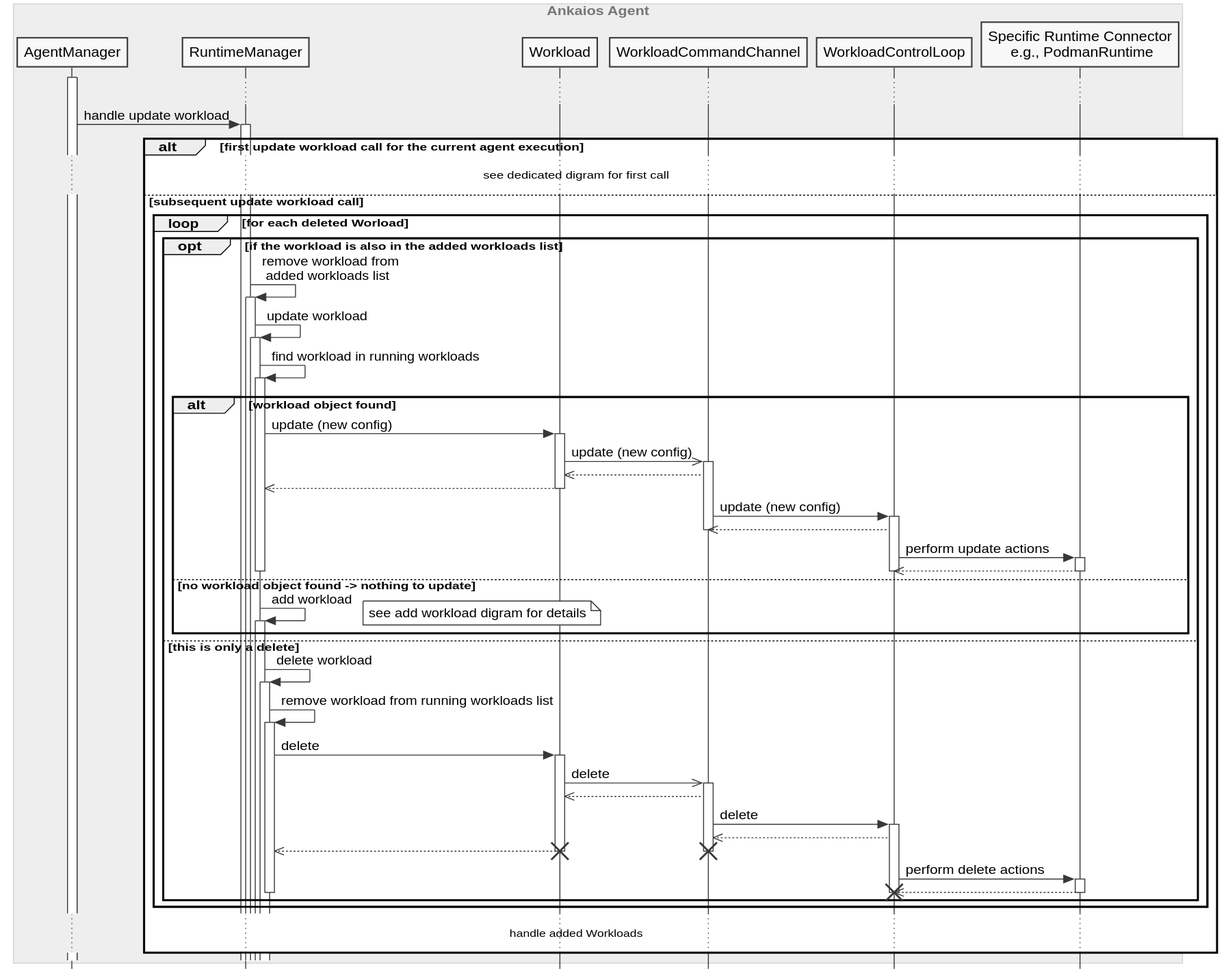
Earlier version of the PlantUML export agent/doc/swdesign/plantuml/seq_update_workload_subsequent_deleted.svg (eclipse-ankaios/ankaios).
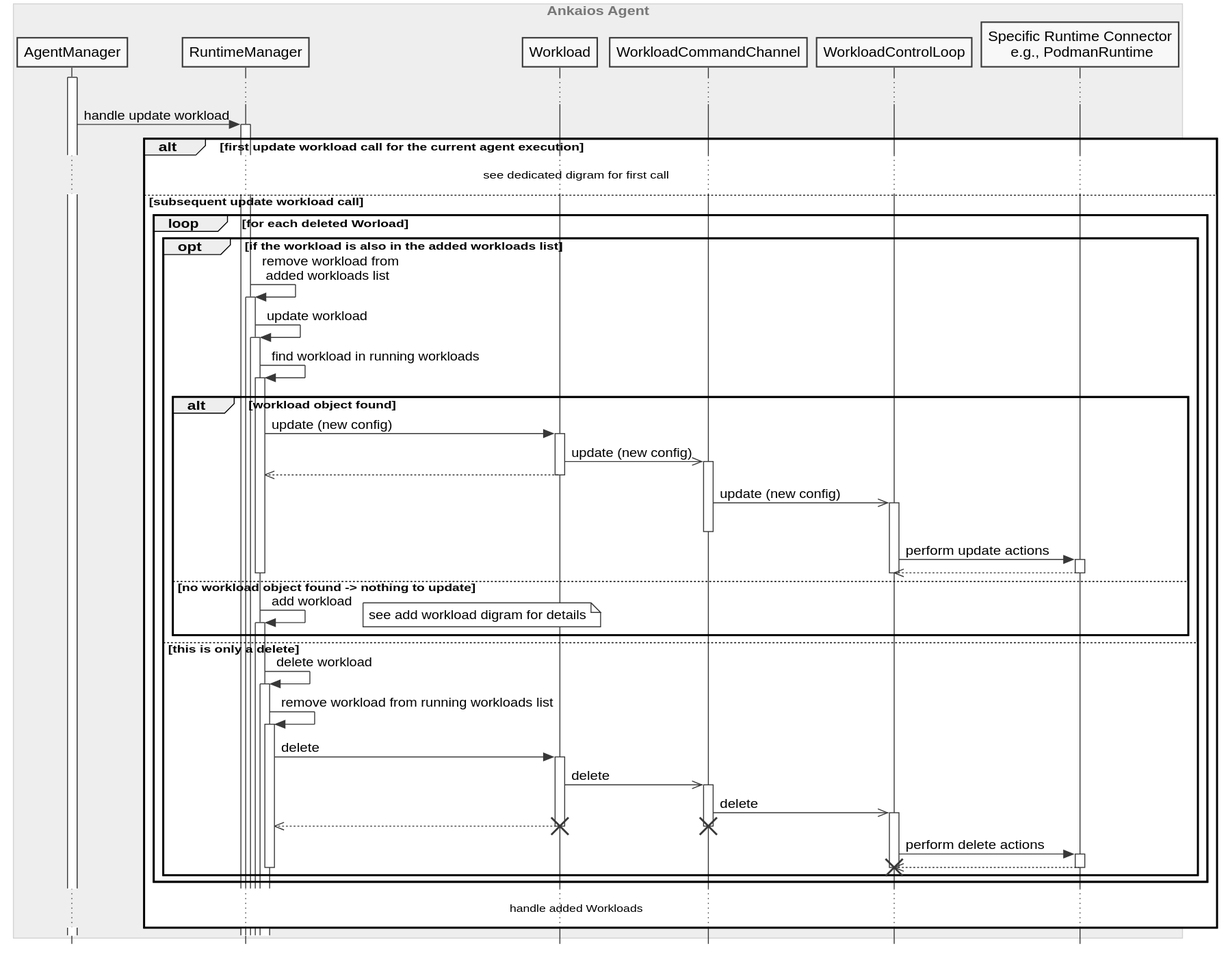
After the commit.

What changed in the source:
```diff
@@ -53,11 +53,9 @@
             alt workload object found
                 runtime_manager -> workload ++: update (new config)
                 workload ->> workload_command ++: update (new config)
-                workload_command -->> workload
                 workload -->> runtime_manager--
                 deactivate workload
-                workload_command -> workload_control_loop ++: update (new config)
-                workload_control_loop -->> workload_command
+                workload_command ->> workload_control_loop ++: update (new config)
                 deactivate workload_command
                 workload_control_loop -> runtime ++: perform update actions
                 runtime -->> workload_control_loop--
@@ -74,9 +72,7 @@
             runtime_manager -> runtime_manager ++--: remove workload from running workloads list
             runtime_manager -> workload ++: delete
             workload ->> workload_command ++: delete
-            workload_command -->> workload
-            workload_command -> workload_control_loop ++: delete
-            workload_control_loop -->> workload_command
+            workload_command ->> workload_control_loop ++: delete
             workload -->> runtime_manager
             destroy workload
             destroy workload_command
```
